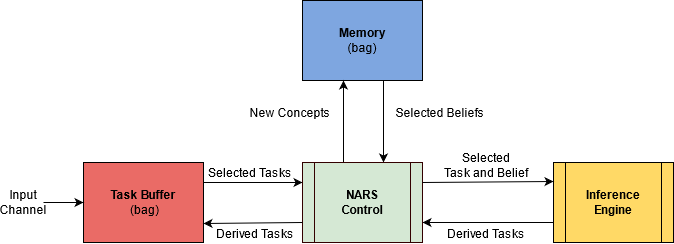
ccrock4t/NARS-Python keeps this draw.io diagram as Documentation/Diagram.png. Above is the earlier version. Source tidied: cells renumbered, new cells last; positions are measured from the earlier drawing's top-left corner, leaving out a move shared by most shapes.
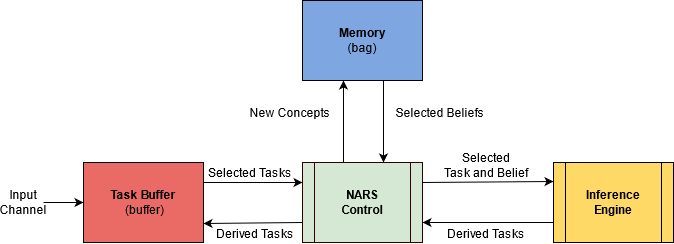
Above is the later version.

What changed in the source:
```diff
@@ -5,7 +5,7 @@
     <mxCell id="2" value="&lt;div&gt;&lt;b&gt;Memory&lt;/b&gt;&lt;br&gt;&lt;/div&gt;&lt;div&gt;(bag)&lt;/div&gt;" style="rounded=0;whiteSpace=wrap;html=1;fillColor=#7EA6E0;" parent="1" vertex="1">
       <mxGeometry x="299" width="120" height="80" as="geometry" />
     </mxCell>
-    <mxCell id="3" value="&lt;b&gt;Task Buffer&lt;br&gt;&lt;/b&gt;&amp;nbsp;(bag)" style="rounded=0;whiteSpace=wrap;html=1;fillColor=#EA6B66;" parent="1" vertex="1">
+    <mxCell id="3" value="&lt;b&gt;Task Buffer&lt;br&gt;&lt;/b&gt;&amp;nbsp;(buffer)" style="rounded=0;whiteSpace=wrap;html=1;fillColor=#EA6B66;" parent="1" vertex="1">
       <mxGeometry x="80" y="162" width="120" height="80" as="geometry" />
     </mxCell>
     <mxCell id="4" value="Selected Tasks" style="text;html=1;strokeColor=none;fillColor=none;align=center;verticalAlign=middle;whiteSpace=wrap;rounded=0;" parent="1" vertex="1">
```
